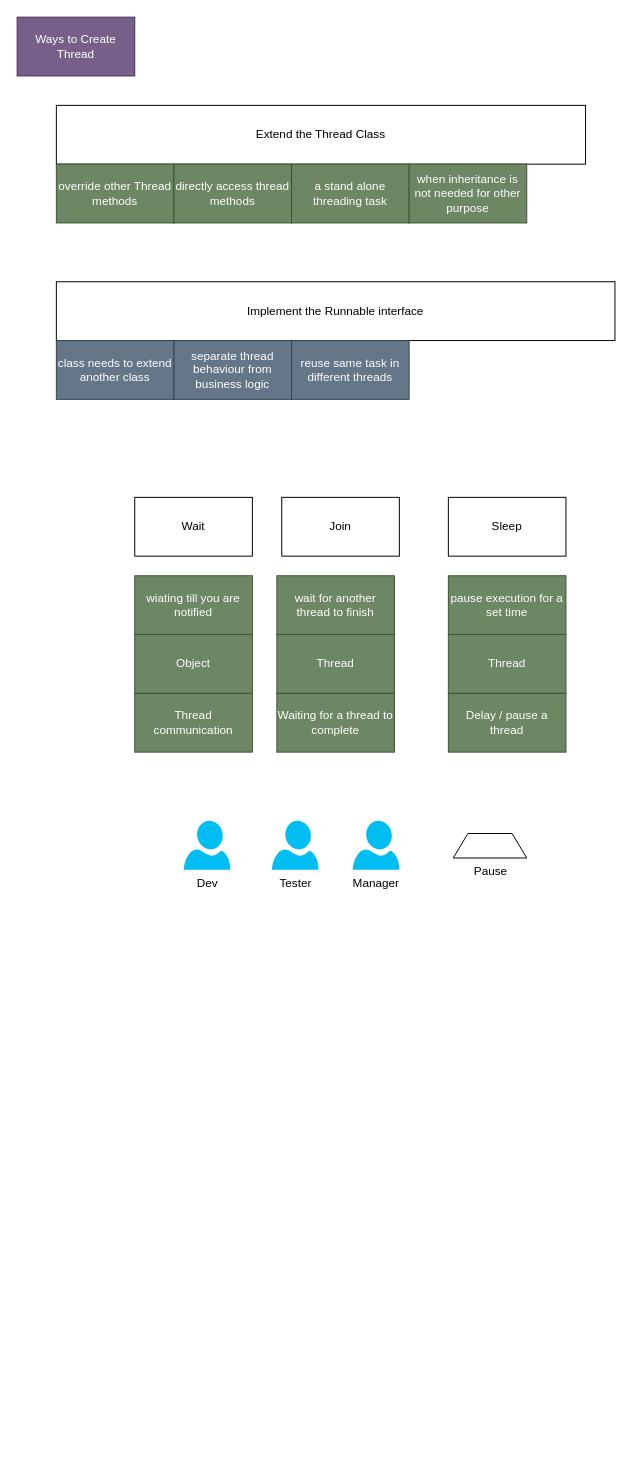
The draw.io diagram page "work-area" (13 of 13) of Diagrams/New Features Java.drawio in THRGLO02MAY2025GIT-HUB/THRGLO02MAY2025GIT-REPO, before the edit. Source tidied: cells renumbered, new cells numbered last; positions are measured from the earlier drawing's top-left corner, leaving out a move shared by most shapes. Both pictures are drawn from the tidied source at 98%, with x=0, y=0 at pixel (17, 17).
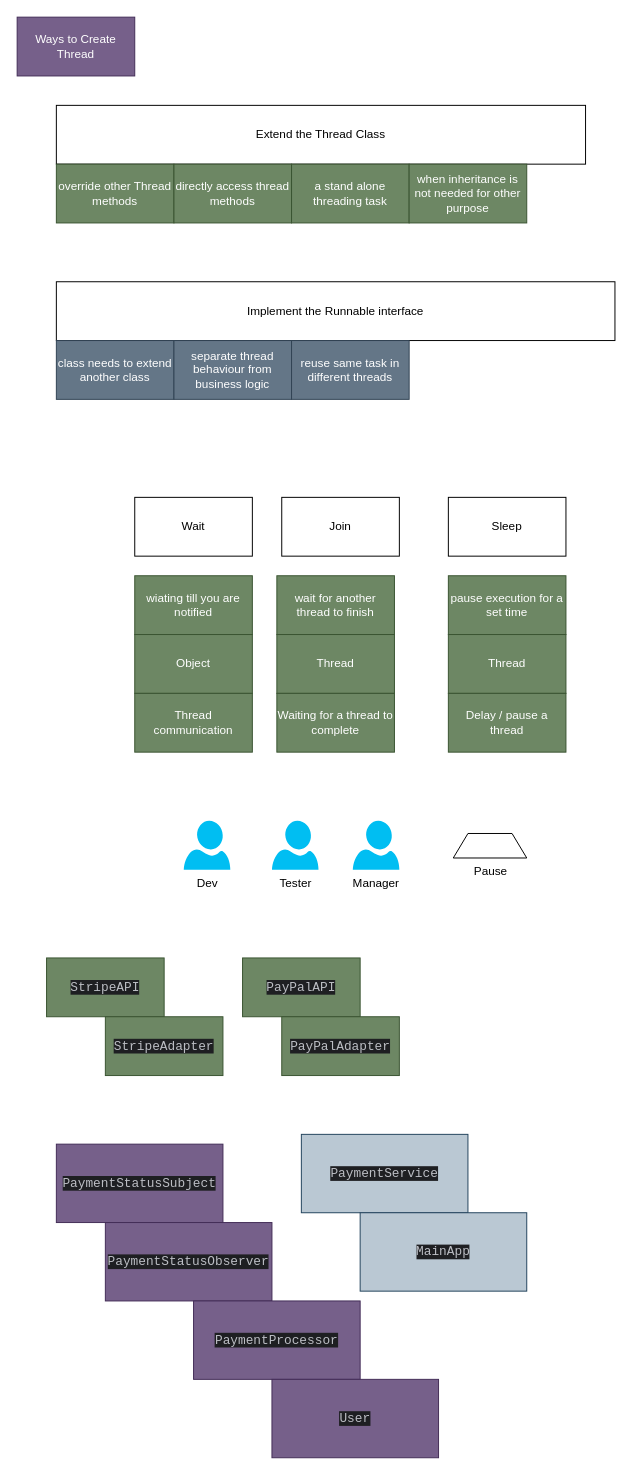
The same diagram, later.

The edit, as a diff of the source:
```diff
@@
+    <mxCell id="28" value="&lt;div style=&quot;background-color:#1e1f22;color:#bcbec4&quot;&gt;&lt;pre style=&quot;font-family:'JetBrains Mono',monospace;font-size:9.8pt;&quot;&gt;StripeAPI&lt;/pre&gt;&lt;/div&gt;" style="rounded=0;whiteSpace=wrap;html=1;fillColor=#6d8764;fontColor=#ffffff;strokeColor=#3A5431;" parent="1" vertex="1">
+      <mxGeometry x="30" y="960" width="120" height="60" as="geometry" />
+    </mxCell>
+    <mxCell id="29" value="&lt;div style=&quot;background-color:#1e1f22;color:#bcbec4&quot;&gt;&lt;pre style=&quot;font-family:'JetBrains Mono',monospace;font-size:9.8pt;&quot;&gt;&lt;div&gt;&lt;pre style=&quot;font-family:'JetBrains Mono',monospace;font-size:9.8pt;&quot;&gt;StripeAdapter&lt;/pre&gt;&lt;/div&gt;&lt;/pre&gt;&lt;/div&gt;" style="rounded=0;whiteSpace=wrap;html=1;fillColor=#6d8764;fontColor=#ffffff;strokeColor=#3A5431;" parent="1" vertex="1">
+      <mxGeometry x="90" y="1020" width="120" height="60" as="geometry" />
+    </mxCell>
+    <mxCell id="30" value="&lt;div style=&quot;background-color:#1e1f22;color:#bcbec4&quot;&gt;&lt;pre style=&quot;font-family:'JetBrains Mono',monospace;font-size:9.8pt;&quot;&gt;&lt;div&gt;&lt;pre style=&quot;font-family:'JetBrains Mono',monospace;font-size:9.8pt;&quot;&gt;PayPalAPI&lt;/pre&gt;&lt;/div&gt;&lt;/pre&gt;&lt;/div&gt;" style="rounded=0;whiteSpace=wrap;html=1;fillColor=#6d8764;fontColor=#ffffff;strokeColor=#3A5431;" parent="1" vertex="1">
+      <mxGeometry x="230" y="960" width="120" height="60" as="geometry" />
+    </mxCell>
+    <mxCell id="31" value="&lt;div style=&quot;background-color:#1e1f22;color:#bcbec4&quot;&gt;&lt;pre style=&quot;font-family:'JetBrains Mono',monospace;font-size:9.8pt;&quot;&gt;&lt;pre style=&quot;font-family:'JetBrains Mono',monospace;font-size:9.8pt;&quot;&gt;&lt;div&gt;&lt;pre style=&quot;font-family:'JetBrains Mono',monospace;font-size:9.8pt;&quot;&gt;PayPalAdapter&lt;/pre&gt;&lt;/div&gt;&lt;/pre&gt;&lt;/pre&gt;&lt;/div&gt;" style="rounded=0;whiteSpace=wrap;html=1;fillColor=#6d8764;fontColor=#ffffff;strokeColor=#3A5431;" parent="1" vertex="1">
+      <mxGeometry x="270" y="1020" width="120" height="60" as="geometry" />
+    </mxCell>
+    <mxCell id="32" value="&lt;div style=&quot;background-color:#1e1f22;color:#bcbec4&quot;&gt;&lt;pre style=&quot;font-family:'JetBrains Mono',monospace;font-size:9.8pt;&quot;&gt;&lt;pre style=&quot;font-family:'JetBrains Mono',monospace;font-size:9.8pt;&quot;&gt;&lt;div&gt;&lt;pre style=&quot;font-family:'JetBrains Mono',monospace;font-size:9.8pt;&quot;&gt;PaymentStatusSubject&lt;/pre&gt;&lt;/div&gt;&lt;/pre&gt;&lt;/pre&gt;&lt;/div&gt;" style="rounded=0;whiteSpace=wrap;html=1;fillColor=#76608a;fontColor=#ffffff;strokeColor=#432D57;" parent="1" vertex="1">
+      <mxGeometry x="40" y="1150" width="170" height="80" as="geometry" />
+    </mxCell>
+    <mxCell id="33" value="&lt;div style=&quot;background-color:#1e1f22;color:#bcbec4&quot;&gt;&lt;pre style=&quot;font-family:'JetBrains Mono',monospace;font-size:9.8pt;&quot;&gt;&lt;pre style=&quot;font-family:'JetBrains Mono',monospace;font-size:9.8pt;&quot;&gt;&lt;pre style=&quot;font-family:'JetBrains Mono',monospace;font-size:9.8pt;&quot;&gt;&lt;div&gt;&lt;pre style=&quot;font-family:'JetBrains Mono',monospace;font-size:9.8pt;&quot;&gt;PaymentStatusObserver&lt;/pre&gt;&lt;/div&gt;&lt;/pre&gt;&lt;/pre&gt;&lt;/pre&gt;&lt;/div&gt;" style="rounded=0;whiteSpace=wrap;html=1;fillColor=#76608a;fontColor=#ffffff;strokeColor=#432D57;" parent="1" vertex="1">
+      <mxGeometry x="90" y="1230" width="170" height="80" as="geometry" />
+    </mxCell>
+    <mxCell id="34" value="&lt;div style=&quot;background-color:#1e1f22;color:#bcbec4&quot;&gt;&lt;pre style=&quot;font-family:'JetBrains Mono',monospace;font-size:9.8pt;&quot;&gt;&lt;pre style=&quot;font-family:'JetBrains Mono',monospace;font-size:9.8pt;&quot;&gt;&lt;pre style=&quot;font-family:'JetBrains Mono',monospace;font-size:9.8pt;&quot;&gt;&lt;pre style=&quot;font-family:'JetBrains Mono',monospace;font-size:9.8pt;&quot;&gt;&lt;div&gt;&lt;pre style=&quot;font-family:'JetBrains Mono',monospace;font-size:9.8pt;&quot;&gt;PaymentService&lt;/pre&gt;&lt;/div&gt;&lt;/pre&gt;&lt;/pre&gt;&lt;/pre&gt;&lt;/pre&gt;&lt;/div&gt;" style="rounded=0;whiteSpace=wrap;html=1;fillColor=#bac8d3;strokeColor=#23445d;" parent="1" vertex="1">
+      <mxGeometry x="290" y="1140" width="170" height="80" as="geometry" />
+    </mxCell>
+    <mxCell id="35" value="&lt;div style=&quot;background-color:#1e1f22;color:#bcbec4&quot;&gt;&lt;pre style=&quot;font-family:'JetBrains Mono',monospace;font-size:9.8pt;&quot;&gt;&lt;pre style=&quot;font-family:'JetBrains Mono',monospace;font-size:9.8pt;&quot;&gt;&lt;pre style=&quot;font-family:'JetBrains Mono',monospace;font-size:9.8pt;&quot;&gt;&lt;pre style=&quot;font-family:'JetBrains Mono',monospace;font-size:9.8pt;&quot;&gt;&lt;div&gt;&lt;pre style=&quot;font-family:'JetBrains Mono',monospace;font-size:9.8pt;&quot;&gt;PaymentProcessor&lt;/pre&gt;&lt;/div&gt;&lt;/pre&gt;&lt;/pre&gt;&lt;/pre&gt;&lt;/pre&gt;&lt;/div&gt;" style="rounded=0;whiteSpace=wrap;html=1;fillColor=#76608a;fontColor=#ffffff;strokeColor=#432D57;" parent="1" vertex="1">
+      <mxGeometry x="180" y="1310" width="170" height="80" as="geometry" />
+    </mxCell>
+    <mxCell id="36" value="&lt;div style=&quot;background-color:#1e1f22;color:#bcbec4&quot;&gt;&lt;pre style=&quot;font-family:'JetBrains Mono',monospace;font-size:9.8pt;&quot;&gt;User&lt;/pre&gt;&lt;/div&gt;" style="rounded=0;whiteSpace=wrap;html=1;fillColor=#76608a;fontColor=#ffffff;strokeColor=#432D57;" parent="1" vertex="1">
+      <mxGeometry x="260" y="1390" width="170" height="80" as="geometry" />
+    </mxCell>
+    <mxCell id="37" value="&lt;div style=&quot;background-color:#1e1f22;color:#bcbec4&quot;&gt;&lt;pre style=&quot;font-family:'JetBrains Mono',monospace;font-size:9.8pt;&quot;&gt;&lt;pre style=&quot;font-family:'JetBrains Mono',monospace;font-size:9.8pt;&quot;&gt;&lt;pre style=&quot;font-family:'JetBrains Mono',monospace;font-size:9.8pt;&quot;&gt;&lt;pre style=&quot;font-family:'JetBrains Mono',monospace;font-size:9.8pt;&quot;&gt;&lt;pre style=&quot;font-family:'JetBrains Mono',monospace;font-size:9.8pt;&quot;&gt;&lt;div&gt;&lt;pre style=&quot;font-family:'JetBrains Mono',monospace;font-size:9.8pt;&quot;&gt;MainApp&lt;/pre&gt;&lt;/div&gt;&lt;/pre&gt;&lt;/pre&gt;&lt;/pre&gt;&lt;/pre&gt;&lt;/pre&gt;&lt;/div&gt;" style="rounded=0;whiteSpace=wrap;html=1;fillColor=#bac8d3;strokeColor=#23445d;" parent="1" vertex="1">
+      <mxGeometry x="350" y="1220" width="170" height="80" as="geometry" />
+    </mxCell>
```
